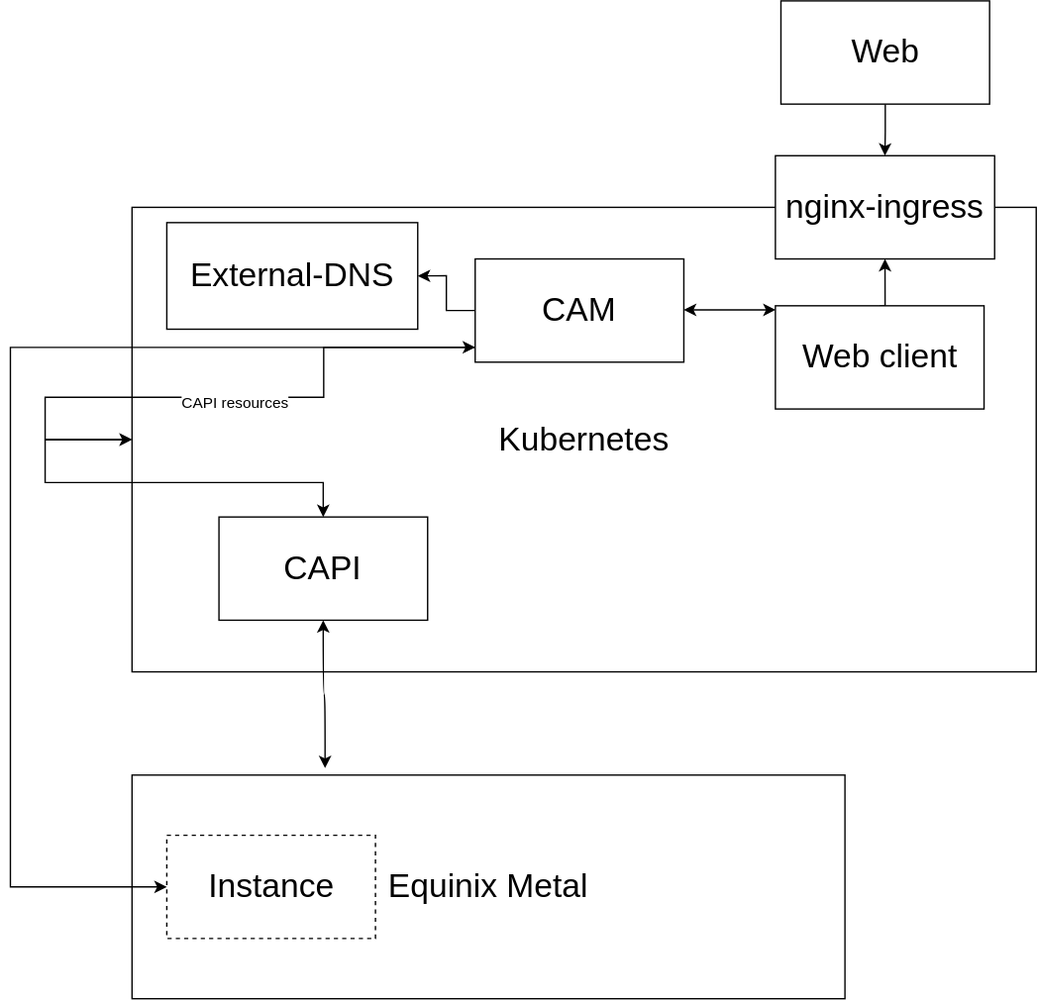
Earlier version of the draw.io export architecture-diagram.svg (sharingio/pair). Source tidied: cells renumbered, new cells last; positions are measured from the earlier drawing's top-left corner, leaving out a move shared by most shapes.
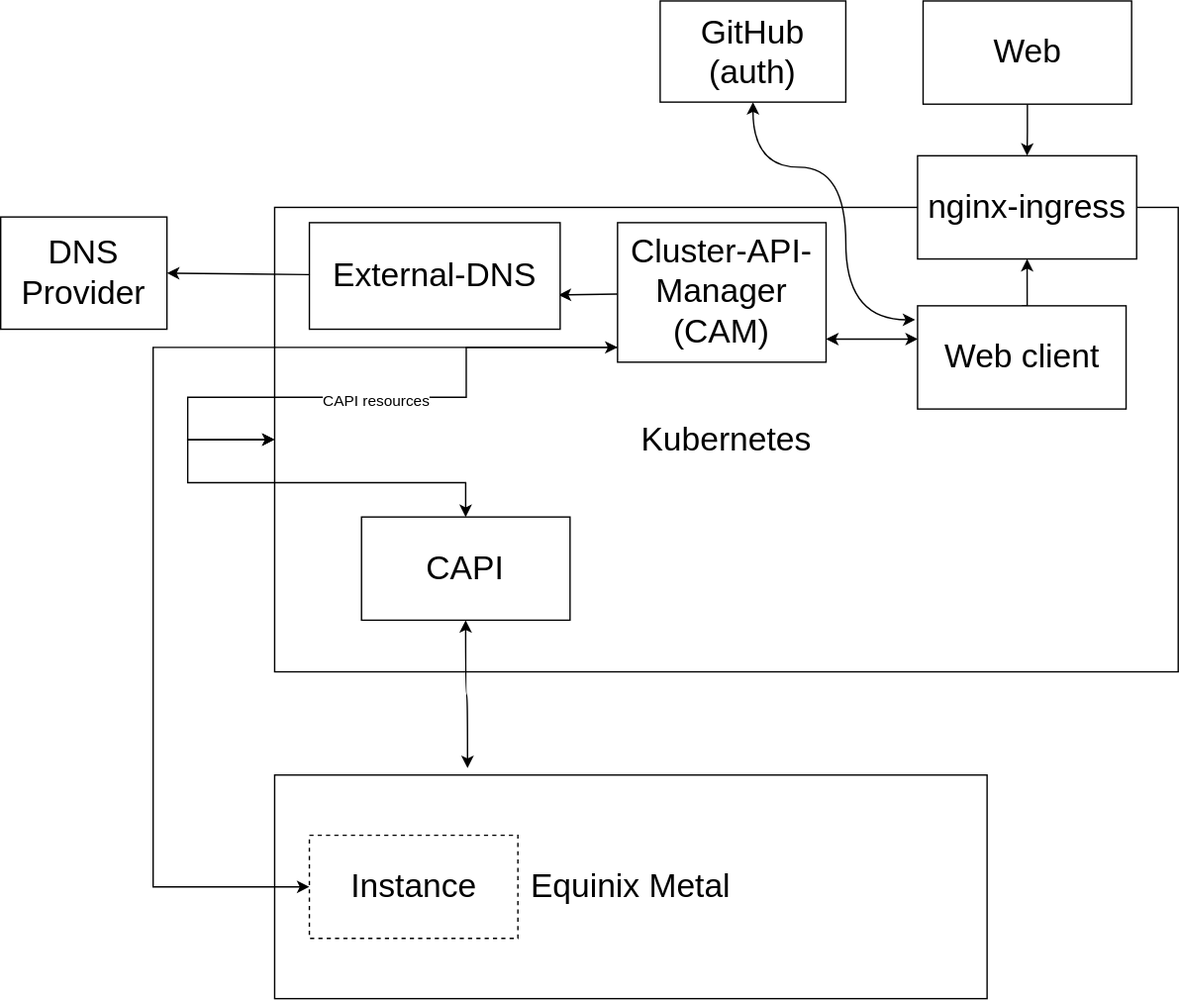
Later version of the same file.

Commit message:
Update architecture diagram

Change to the diagram source:
```diff
@@ -1,4 +1,4 @@
-<mxGraphModel>
+<mxGraphModel background="#ffffff">
   <root>
     <mxCell id="0" />
     <mxCell id="1" parent="0" />
@@ -8,14 +8,24 @@
     <mxCell id="3" style="edgeStyle=orthogonalEdgeStyle;rounded=0;jettySize=auto;html=1;exitX=0.5;exitY=0;exitDx=0;exitDy=0;entryX=0.5;entryY=1;entryDx=0;entryDy=0;" parent="1" edge="1" source="4" target="10">
       <mxGeometry relative="1" as="geometry" />
     </mxCell>
+    <mxCell id="20" style="edgeStyle=orthogonalEdgeStyle;rounded=0;jettySize=auto;html=1;entryX=0.5;entryY=1;entryDx=0;entryDy=0;elbow=vertical;curved=1;startArrow=classic;startFill=1;exitX=0.709;exitY=0.242;exitDx=0;exitDy=0;exitPerimeter=0;" parent="1" edge="1" source="2" target="23">
+      <mxGeometry relative="1" as="geometry">
+        <Array as="points">
+          <mxPoint x="500" y="230" />
+          <mxPoint x="500" y="120" />
+          <mxPoint x="433" y="120" />
+        </Array>
+      </mxGeometry>
+    </mxCell>
     <mxCell id="4" value="Web client" style="rounded=0;whiteSpace=wrap;html=1;fontSize=24;" parent="1" vertex="1">
       <mxGeometry x="551.8" y="220" width="150.5" height="74.5" as="geometry" />
     </mxCell>
-    <mxCell id="5" style="edgeStyle=orthogonalEdgeStyle;rounded=0;jettySize=auto;html=1;startArrow=classic;startFill=1;fontSize=24;" parent="1" edge="1" source="9">
-      <mxGeometry x="179.9" y="50" as="geometry">
-        <mxPoint x="552" y="223" as="targetPoint" />
+    <mxCell id="5" style="edgeStyle=orthogonalEdgeStyle;rounded=0;orthogonalLoop=1;jettySize=auto;html=1;startArrow=classic;startFill=1;fontSize=24;" parent="1" edge="1">
+      <mxGeometry x="179.9" y="71" as="geometry">
+        <mxPoint x="485.8" y="244" as="sourcePoint" />
+        <mxPoint x="552" y="244" as="targetPoint" />
         <Array as="points">
-          <mxPoint x="552" y="223" />
+          <mxPoint x="552" y="244" />
         </Array>
       </mxGeometry>
     </mxCell>
@@ -34,11 +44,11 @@
         <mxPoint x="24" as="offset" />
       </mxGeometry>
     </mxCell>
-    <mxCell id="8" style="edgeStyle=orthogonalEdgeStyle;rounded=0;jettySize=auto;html=1;entryX=1;entryY=0.5;entryDx=0;entryDy=0;" parent="1" edge="1" source="9" target="19">
+    <mxCell id="8" style="edgeStyle=none;rounded=0;jettySize=auto;html=1;entryX=0.994;entryY=0.679;entryDx=0;entryDy=0;entryPerimeter=0;" parent="1" edge="1" source="9" target="19">
       <mxGeometry relative="1" as="geometry" />
     </mxCell>
-    <mxCell id="9" value="CAM" style="rounded=0;whiteSpace=wrap;html=1;fontSize=24;" parent="1" vertex="1">
-      <mxGeometry x="335.2" y="186.2" width="150.5" height="74.5" as="geometry" />
+    <mxCell id="9" value="Cluster-API-Manager (CAM)" style="rounded=0;whiteSpace=wrap;html=1;fontSize=24;" parent="1" vertex="1">
+      <mxGeometry x="335.2" y="160" width="150.5" height="100.7" as="geometry" />
     </mxCell>
     <mxCell id="10" value="nginx-ingress" style="rounded=0;whiteSpace=wrap;html=1;fontSize=24;" parent="1" vertex="1">
       <mxGeometry x="551.8" y="111.7" width="158.1" height="74.5" as="geometry" />
@@ -80,8 +90,17 @@
         </Array>
       </mxGeometry>
     </mxCell>
+    <mxCell id="21" style="rounded=0;jettySize=auto;html=1;entryX=1;entryY=0.5;entryDx=0;entryDy=0;" parent="1" edge="1" source="19" target="22">
+      <mxGeometry relative="1" as="geometry" />
+    </mxCell>
     <mxCell id="19" value="&lt;font style=&quot;font-size: 24px&quot;&gt;External-DNS&lt;/font&gt;" style="rounded=0;whiteSpace=wrap;html=1;" parent="1" vertex="1">
       <mxGeometry x="112.8" y="160" width="181" height="76.9" as="geometry" />
     </mxCell>
+    <mxCell id="22" value="&lt;font style=&quot;font-size: 24px&quot;&gt;DNS Provider&lt;/font&gt;" style="rounded=0;whiteSpace=wrap;html=1;" parent="1" vertex="1">
+      <mxGeometry x="-110" y="155.9" width="120" height="81" as="geometry" />
+    </mxCell>
+    <mxCell id="23" value="&lt;font style=&quot;font-size: 24px&quot;&gt;GitHub&lt;br&gt;(auth)&lt;/font&gt;" style="rounded=0;whiteSpace=wrap;html=1;" parent="1" vertex="1">
+      <mxGeometry x="366" width="134" height="73" as="geometry" />
+    </mxCell>
   </root>
 </mxGraphModel>
```
